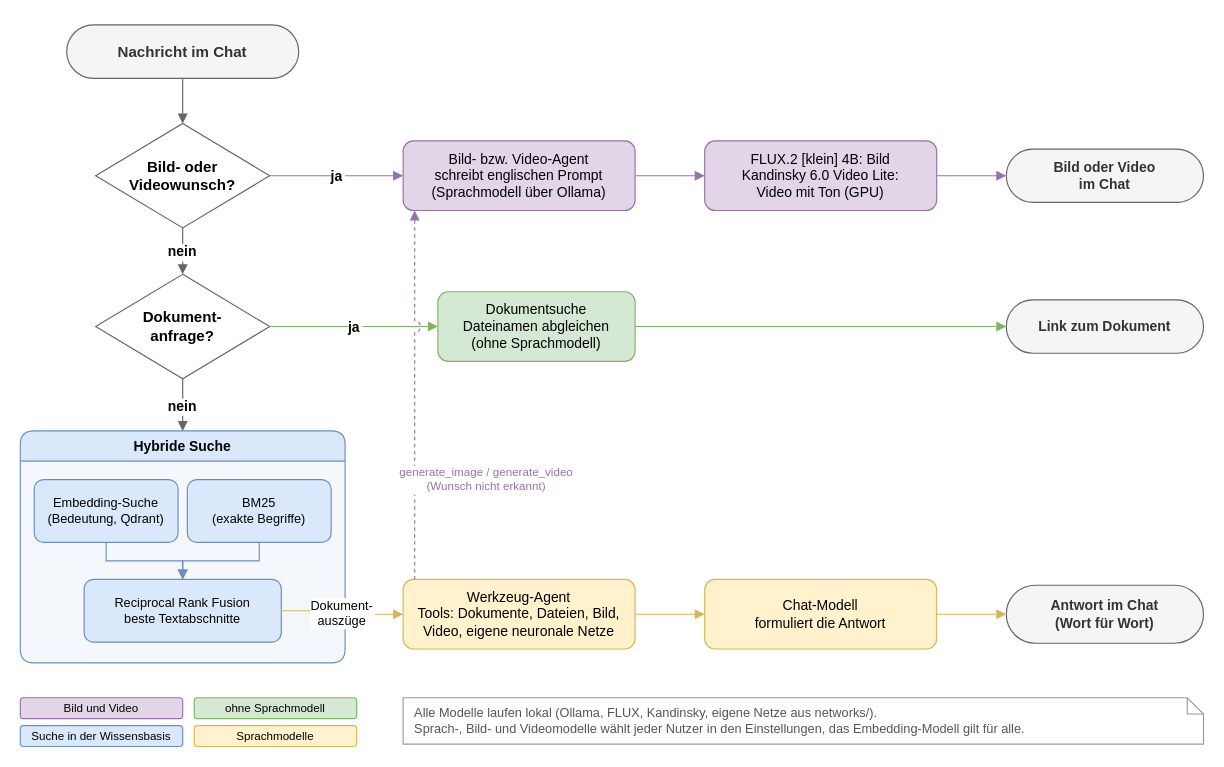
Above: docs/ablauf.drawio in Christian-Alexander141/RAG_Chatbot (draw.io), before the change. Source tidied: cells renumbered, new cells numbered last; positions are measured from the earlier drawing's top-left corner, leaving out a move shared by most shapes. Both pictures are drawn from the tidied source at 116%, with x=0, y=0 at pixel (20, 24).
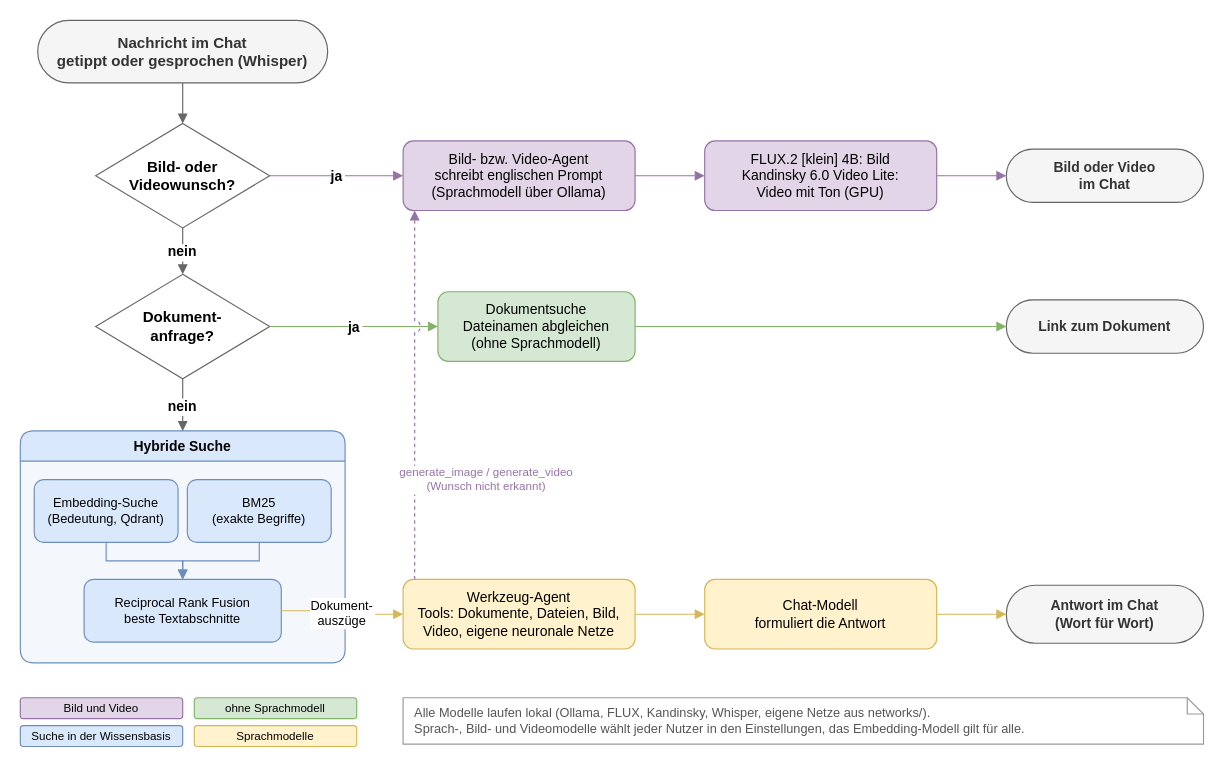
Above is the later version.

The edit, as a diff of the source:
```diff
@@
-    <mxCell id="2" value="Nachricht im Chat" style="rounded=1;arcSize=50;whiteSpace=wrap;html=0;fillColor=#f5f5f5;strokeColor=#666666;fontColor=#333333;fontStyle=1;fontSize=13;" parent="1" vertex="1">
-      <mxGeometry x="40" width="200" height="46" as="geometry" />
+    <mxCell id="2" value="Nachricht im Chat&#10;getippt oder gesprochen (Whisper)" style="rounded=1;arcSize=50;whiteSpace=wrap;html=0;fillColor=#f5f5f5;strokeColor=#666666;fontColor=#333333;fontStyle=1;fontSize=13;" parent="1" vertex="1">
+      <mxGeometry x="15" y="-4" width="250" height="54" as="geometry" />
     </mxCell>
@@
-    <mxCell id="31" value="Alle Modelle laufen lokal (Ollama, FLUX, Kandinsky, eigene Netze aus networks/).&#10;Sprach-, Bild- und Videomodelle wählt jeder Nutzer in den Einstellungen, das Embedding-Modell gilt für alle." style="shape=note;size=14;whiteSpace=wrap;html=0;fillColor=#ffffff;strokeColor=#999999;fontColor=#555555;fontSize=11;align=left;spacingLeft=8;" parent="1" vertex="1">
+    <mxCell id="31" value="Alle Modelle laufen lokal (Ollama, FLUX, Kandinsky, Whisper, eigene Netze aus networks/).&#10;Sprach-, Bild- und Videomodelle wählt jeder Nutzer in den Einstellungen, das Embedding-Modell gilt für alle." style="shape=note;size=14;whiteSpace=wrap;html=0;fillColor=#ffffff;strokeColor=#999999;fontColor=#555555;fontSize=11;align=left;spacingLeft=8;" parent="1" vertex="1">
       <mxGeometry x="330" y="580" width="690" height="40" as="geometry" />
     </mxCell>
```
